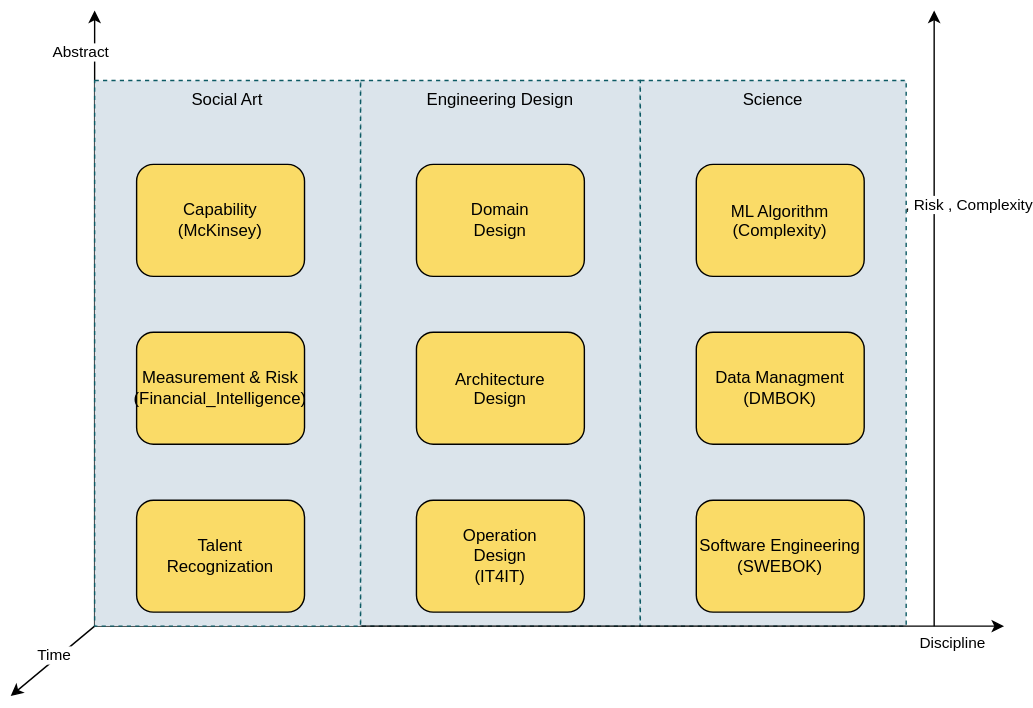
Earlier version of the draw.io export antora/docs/modules/ROOT/images/bok.drawio.svg (man-chi/foundation). Source tidied: cells renumbered, new cells last; positions are measured from the earlier drawing's top-left corner, leaving out a move shared by most shapes.
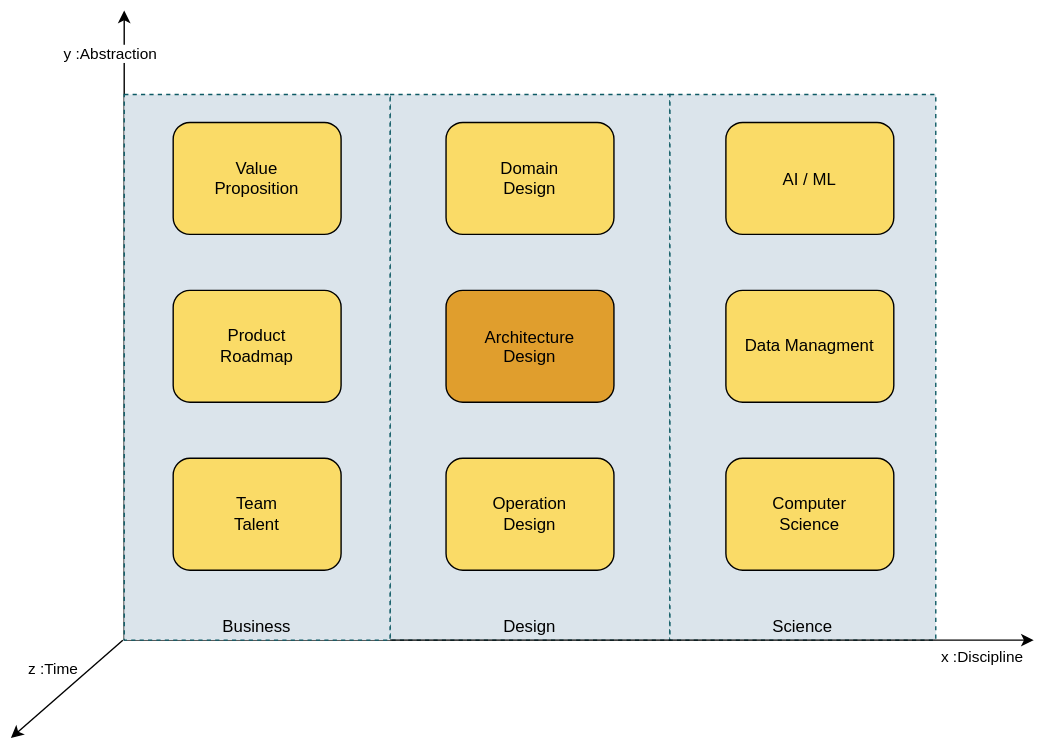
After the commit.

Diff of the diagram source:
```diff
@@ -2,24 +2,15 @@
   <root>
     <mxCell id="0" />
     <mxCell id="1" parent="0" />
-    <mxCell id="2" value="Engineering Design" style="rounded=0;whiteSpace=wrap;html=1;align=center;verticalAlign=top;strokeColor=#0D5A64;fillColor=#DBE4EB;dashed=1;" parent="1" vertex="1">
+    <mxCell id="2" value="Design" style="rounded=0;whiteSpace=wrap;html=1;align=center;verticalAlign=bottom;strokeColor=#0D5A64;fillColor=#DBE4EB;dashed=1;" parent="1" vertex="1">
       <mxGeometry x="250" y="50" width="200" height="390" as="geometry" />
     </mxCell>
-    <mxCell id="3" style="edgeStyle=none;html=1;" parent="1" edge="1">
-      <mxGeometry relative="1" as="geometry">
-        <mxPoint x="660" y="440" as="sourcePoint" />
-        <mxPoint x="660" as="targetPoint" />
-      </mxGeometry>
-    </mxCell>
-    <mxCell id="4" value="Change , Risk , Complexity" style="edgeLabel;html=1;align=center;verticalAlign=middle;" parent="3" vertex="1">
-      <mxGeometry x="0.37" y="-3" relative="1" as="geometry" />
-    </mxCell>
-    <mxCell id="5" value="Science" style="rounded=0;whiteSpace=wrap;html=1;align=center;verticalAlign=top;strokeColor=#0D5A64;fillColor=#DBE4EB;dashed=1;" parent="1" vertex="1">
+    <mxCell id="5" value="Science" style="rounded=0;whiteSpace=wrap;html=1;align=center;verticalAlign=bottom;strokeColor=#0D5A64;fillColor=#DBE4EB;dashed=1;" parent="1" vertex="1">
       <mxGeometry x="450" y="50" width="190" height="390" as="geometry" />
     </mxCell>
-    <mxCell id="6" value="Abstract" style="edgeStyle=none;html=1;exitX=0;exitY=1;exitDx=0;exitDy=0;" parent="1" edge="1" source="11">
+    <mxCell id="6" value="y :Abstraction" style="edgeStyle=none;html=1;exitX=0;exitY=1;exitDx=0;exitDy=0;" parent="1" edge="1" source="11">
       <mxGeometry x="0.86" y="10" relative="1" as="geometry">
-        <mxPoint x="60" as="targetPoint" />
+        <mxPoint x="60" y="-10" as="targetPoint" />
       </mxGeometry>
     </mxCell>
     <mxCell id="7" style="edgeStyle=none;html=1;exitX=0;exitY=1;exitDx=0;exitDy=0;" parent="1" edge="1" source="11">
@@ -27,50 +18,51 @@
         <mxPoint x="710" y="440" as="targetPoint" />
       </mxGeometry>
     </mxCell>
-    <mxCell id="8" value="Discipline" style="edgeLabel;html=1;align=center;verticalAlign=middle;" parent="7" vertex="1">
+    <mxCell id="8" value="x :Discipline" style="edgeLabel;html=1;align=center;verticalAlign=middle;" parent="7" vertex="1">
       <mxGeometry x="0.93" relative="1" as="geometry">
         <mxPoint x="-14" y="11" as="offset" />
       </mxGeometry>
     </mxCell>
-    <mxCell id="9" style="edgeStyle=none;html=1;exitX=0;exitY=1;exitDx=0;exitDy=0;" parent="1" edge="1" source="11">
+    <mxCell id="9" style="edgeStyle=none;html=1;exitX=0;exitY=1;exitDx=0;exitDy=0;" parent="1" edge="1">
       <mxGeometry relative="1" as="geometry">
-        <mxPoint y="490" as="targetPoint" />
+        <mxPoint x="59" y="440" as="sourcePoint" />
+        <mxPoint x="-21" y="510" as="targetPoint" />
       </mxGeometry>
     </mxCell>
-    <mxCell id="10" value="Time&amp;nbsp;" style="edgeLabel;html=1;align=center;verticalAlign=middle;" parent="9" vertex="1">
-      <mxGeometry x="0.34" relative="1" as="geometry">
-        <mxPoint x="10" y="-13" as="offset" />
-      </mxGeometry>
-    </mxCell>
+    <mxCell id="21" value="z :Time" style="edgeLabel;html=1;align=center;verticalAlign=middle;" parent="9" vertex="1">
+      <mxGeometry x="0.32" y="3" relative="1" as="geometry">
+        <mxPoint y="-28" as="offset" />
+      </mxGeometry>
+    </mxCell>
-    <mxCell id="11" value="Social Art" style="rounded=0;whiteSpace=wrap;html=1;align=center;verticalAlign=top;strokeColor=#0D5A64;fillColor=#DBE4EB;dashed=1;" parent="1" vertex="1">
+    <mxCell id="11" value="Business" style="rounded=0;whiteSpace=wrap;html=1;align=center;verticalAlign=bottom;strokeColor=#0D5A64;fillColor=#DBE4EB;dashed=1;" parent="1" vertex="1">
       <mxGeometry x="60" y="50" width="190" height="390" as="geometry" />
     </mxCell>
-    <mxCell id="12" value="Capability&lt;br&gt;(McKinsey)" style="rounded=1;whiteSpace=wrap;html=1;fillColor=#fadb67;" parent="1" vertex="1">
-      <mxGeometry x="90" y="110" width="120" height="80" as="geometry" />
+    <mxCell id="12" value="Value&lt;br&gt;Proposition" style="rounded=1;whiteSpace=wrap;html=1;fillColor=#fadb67;" parent="1" vertex="1">
+      <mxGeometry x="95" y="70" width="120" height="80" as="geometry" />
     </mxCell>
-    <mxCell id="13" value="&lt;p style=&quot;margin: 0px; font-variant-numeric: normal; font-variant-east-asian: normal; font-variant-alternates: normal; font-kerning: auto; font-optical-sizing: auto; font-feature-settings: normal; font-variation-settings: normal; font-stretch: normal; line-height: normal; -webkit-text-stroke-color: rgb(0, 0, 0);&quot; class=&quot;p1&quot;&gt;Architecture&lt;/p&gt;&lt;p style=&quot;margin: 0px; font-variant-numeric: normal; font-variant-east-asian: normal; font-variant-alternates: normal; font-kerning: auto; font-optical-sizing: auto; font-feature-settings: normal; font-variation-settings: normal; font-stretch: normal; line-height: normal; -webkit-text-stroke-color: rgb(0, 0, 0);&quot; class=&quot;p1&quot;&gt;Design&lt;/p&gt;" style="rounded=1;whiteSpace=wrap;html=1;fillColor=#FADB67;align=center;" parent="1" vertex="1">
-      <mxGeometry x="290" y="230" width="120" height="80" as="geometry" />
+    <mxCell id="13" value="&lt;p style=&quot;margin: 0px; font-variant-numeric: normal; font-variant-east-asian: normal; font-variant-alternates: normal; font-kerning: auto; font-optical-sizing: auto; font-feature-settings: normal; font-variation-settings: normal; font-stretch: normal; line-height: normal; -webkit-text-stroke-color: rgb(0, 0, 0);&quot; class=&quot;p1&quot;&gt;Architecture&lt;/p&gt;&lt;p style=&quot;margin: 0px; font-variant-numeric: normal; font-variant-east-asian: normal; font-variant-alternates: normal; font-kerning: auto; font-optical-sizing: auto; font-feature-settings: normal; font-variation-settings: normal; font-stretch: normal; line-height: normal; -webkit-text-stroke-color: rgb(0, 0, 0);&quot; class=&quot;p1&quot;&gt;Design&lt;/p&gt;" style="rounded=1;whiteSpace=wrap;html=1;fillColor=#E09E2D;align=center;" parent="1" vertex="1">
+      <mxGeometry x="290" y="190" width="120" height="80" as="geometry" />
     </mxCell>
-    <mxCell id="14" value="&lt;p style=&quot;font-variant-numeric: normal; font-variant-east-asian: normal; font-variant-alternates: normal; font-kerning: auto; font-optical-sizing: auto; font-feature-settings: normal; font-variation-settings: normal; font-stretch: normal; line-height: normal; -webkit-text-stroke-color: rgb(0, 0, 0); margin: 0px;&quot; class=&quot;p1&quot;&gt;ML Algorithm&lt;/p&gt;&lt;p style=&quot;font-variant-numeric: normal; font-variant-east-asian: normal; font-variant-alternates: normal; font-kerning: auto; font-optical-sizing: auto; font-feature-settings: normal; font-variation-settings: normal; font-stretch: normal; line-height: normal; -webkit-text-stroke-color: rgb(0, 0, 0); margin: 0px;&quot; class=&quot;p1&quot;&gt;(Complexity)&lt;/p&gt;" style="rounded=1;whiteSpace=wrap;html=1;fillColor=#FADB67;align=center;" parent="1" vertex="1">
-      <mxGeometry x="490" y="110" width="120" height="80" as="geometry" />
+    <mxCell id="14" value="&lt;p style=&quot;font-variant-numeric: normal; font-variant-east-asian: normal; font-variant-alternates: normal; font-kerning: auto; font-optical-sizing: auto; font-feature-settings: normal; font-variation-settings: normal; font-stretch: normal; line-height: normal; -webkit-text-stroke-color: rgb(0, 0, 0); margin: 0px;&quot; class=&quot;p1&quot;&gt;AI / ML&lt;/p&gt;" style="rounded=1;whiteSpace=wrap;html=1;fillColor=#FADB67;align=center;" parent="1" vertex="1">
+      <mxGeometry x="490" y="70" width="120" height="80" as="geometry" />
     </mxCell>
-    <mxCell id="15" value="Measurement &amp;amp; Risk&lt;br&gt;(Financial_Intelligence)" style="rounded=1;whiteSpace=wrap;html=1;fillColor=#FADB67;" parent="1" vertex="1">
-      <mxGeometry x="90" y="230" width="120" height="80" as="geometry" />
+    <mxCell id="15" value="Product&lt;br&gt;Roadmap" style="rounded=1;whiteSpace=wrap;html=1;fillColor=#FADB67;" parent="1" vertex="1">
+      <mxGeometry x="95" y="190" width="120" height="80" as="geometry" />
     </mxCell>
-    <mxCell id="16" value="Operation&lt;br&gt;Design&lt;br&gt;(IT4IT)" style="rounded=1;whiteSpace=wrap;html=1;fillColor=#FADB67;" parent="1" vertex="1">
-      <mxGeometry x="290" y="350" width="120" height="80" as="geometry" />
+    <mxCell id="16" value="Operation&lt;br&gt;Design" style="rounded=1;whiteSpace=wrap;html=1;fillColor=#FADB67;" parent="1" vertex="1">
+      <mxGeometry x="290" y="310" width="120" height="80" as="geometry" />
     </mxCell>
     <mxCell id="17" value="Domain&lt;br&gt;Design" style="rounded=1;whiteSpace=wrap;html=1;fillColor=#FADB67;" parent="1" vertex="1">
-      <mxGeometry x="290" y="110" width="120" height="80" as="geometry" />
+      <mxGeometry x="290" y="70" width="120" height="80" as="geometry" />
     </mxCell>
-    <mxCell id="18" value="Talent&lt;br&gt;Recognization" style="rounded=1;whiteSpace=wrap;html=1;fillColor=#FADB67;" parent="1" vertex="1">
-      <mxGeometry x="90" y="350" width="120" height="80" as="geometry" />
+    <mxCell id="18" value="Team&lt;br&gt;Talent" style="rounded=1;whiteSpace=wrap;html=1;fillColor=#FADB67;" parent="1" vertex="1">
+      <mxGeometry x="95" y="310" width="120" height="80" as="geometry" />
     </mxCell>
-    <mxCell id="19" value="Data Managment&lt;br&gt;(DMBOK)" style="rounded=1;whiteSpace=wrap;html=1;fillColor=#FADB67;" parent="1" vertex="1">
-      <mxGeometry x="490" y="230" width="120" height="80" as="geometry" />
+    <mxCell id="19" value="Data Managment" style="rounded=1;whiteSpace=wrap;html=1;fillColor=#FADB67;" parent="1" vertex="1">
+      <mxGeometry x="490" y="190" width="120" height="80" as="geometry" />
     </mxCell>
-    <mxCell id="20" value="Software Engineering&lt;br&gt;(SWEBOK)" style="rounded=1;whiteSpace=wrap;html=1;fillColor=#FADB67;" parent="1" vertex="1">
-      <mxGeometry x="490" y="350" width="120" height="80" as="geometry" />
+    <mxCell id="20" value="Computer&lt;br&gt;Science" style="rounded=1;whiteSpace=wrap;html=1;fillColor=#FADB67;" parent="1" vertex="1">
+      <mxGeometry x="490" y="310" width="120" height="80" as="geometry" />
     </mxCell>
   </root>
 </mxGraphModel>
```
